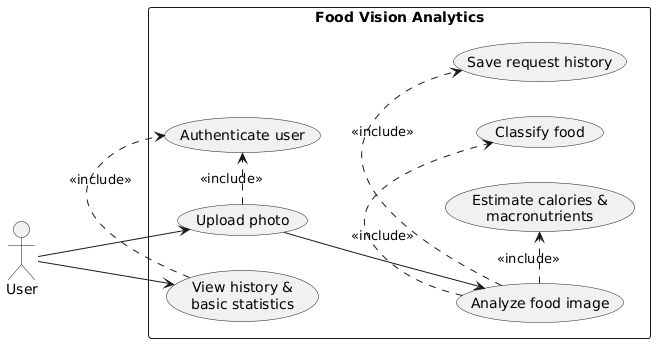
Earlier version of the PlantUML export docs/images/UseCaseDiagram.png (VishidA/food-vision-analytics). The source it was exported from:
```plantuml
@startuml
left to right direction

actor User

rectangle "Food Vision Analytics" {
  usecase "Authenticate user" as UC_Auth
  usecase "Upload photo" as UC_Upload
  usecase "Analyze food image" as UC_Analyze
  usecase "Classify food" as UC_Classify
  usecase "Estimate calories &\nmacronutrients" as UC_Estimate
  usecase "Save request history" as UC_Save
  usecase "View history &\nbasic statistics" as UC_View
}

User --> UC_Upload
User --> UC_View

UC_Upload .> UC_Auth : <<include>>
UC_View .> UC_Auth : <<include>>

UC_Analyze .> UC_Classify : <<include>>
UC_Analyze .> UC_Estimate : <<include>>
UC_Analyze .> UC_Save : <<include>>

UC_Upload --> UC_Analyze
@enduml
```
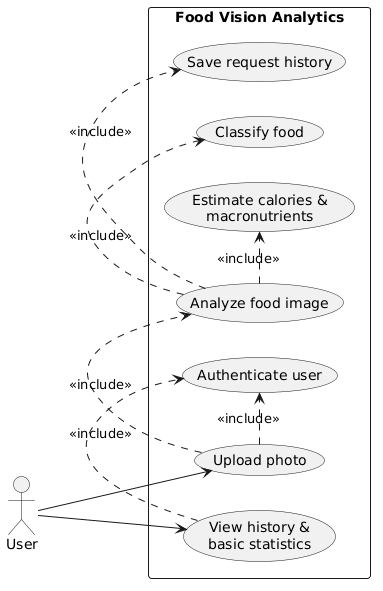
Later version of the same file.

Commit message:
fix use case diagram

Diff of the diagram source:
```diff
@@ -23,5 +23,5 @@
 UC_Analyze .> UC_Estimate : <<include>>
 UC_Analyze .> UC_Save : <<include>>
 
-UC_Upload --> UC_Analyze
+UC_Upload .> UC_Analyze : <<include>>
 @enduml
```
